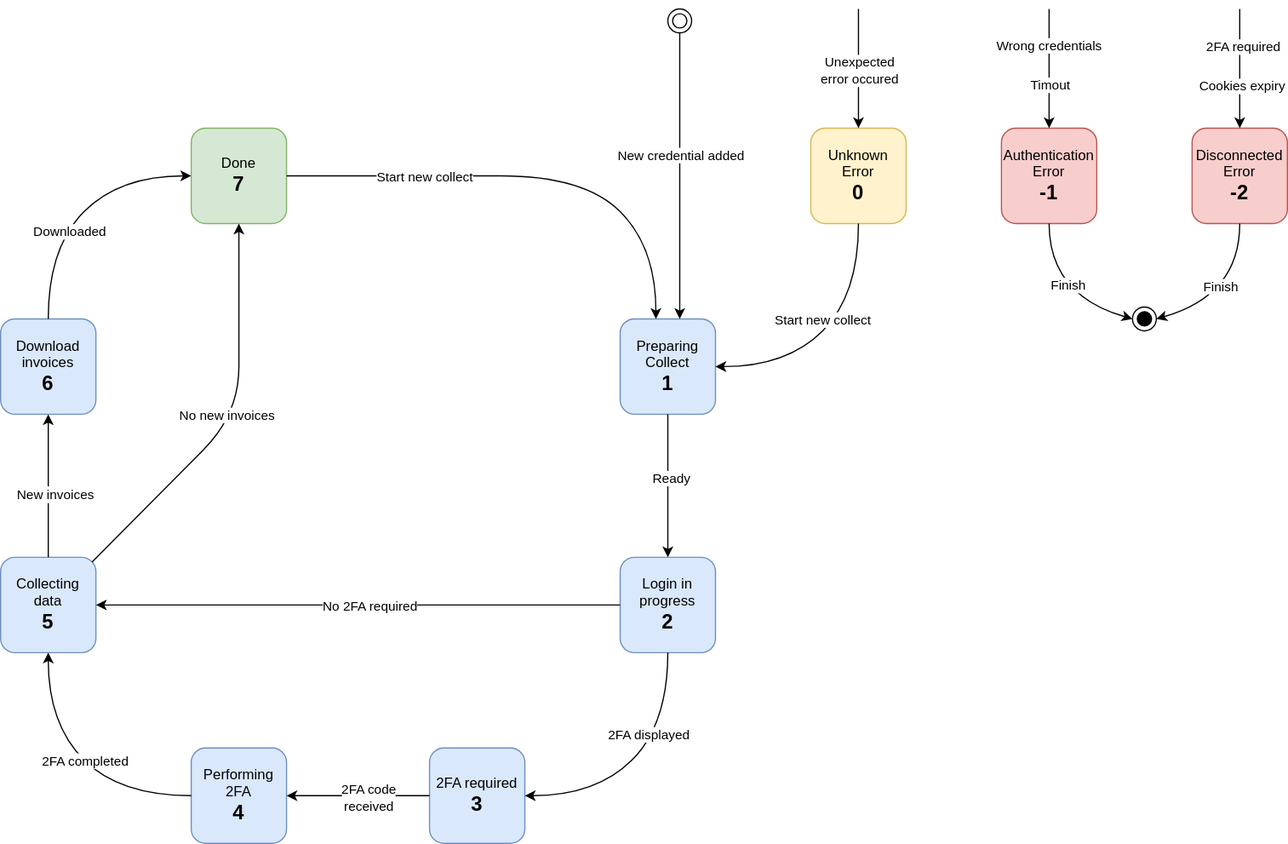
Above: docs/sequence_diagram/state_diagram.svg in invoice-collector/website (draw.io), before the change. Source tidied: cells renumbered, new cells last; positions are measured from the earlier drawing's top-left corner, leaving out a move shared by most shapes.
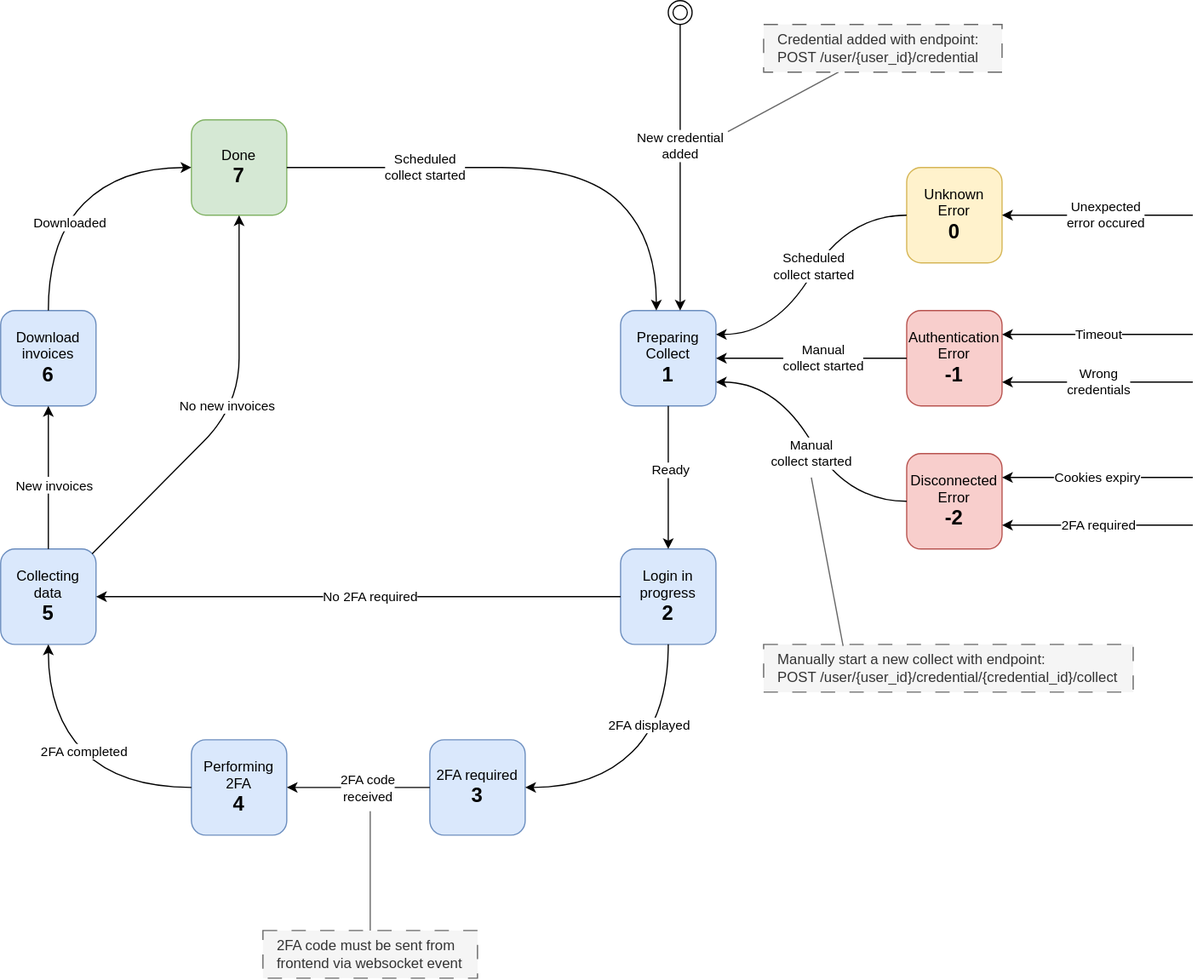
The same file after the commit.

Commit message:
Update state diagram

What changed in the source:
```diff
@@ -24,7 +24,7 @@
       <mxGeometry x="160" y="100" width="80" height="80" as="geometry" />
     </mxCell>
     <mxCell id="9" value="&lt;font style=&quot;&quot;&gt;&lt;font color=&quot;#000000&quot;&gt;Unknown&lt;br&gt;Error&lt;br&gt;&lt;/font&gt;&lt;span style=&quot;font-size: 17px;&quot;&gt;&lt;b&gt;0&lt;/b&gt;&lt;/span&gt;&lt;/font&gt;" style="rounded=1;whiteSpace=wrap;html=1;fillColor=#fff2cc;strokeColor=#d6b656;" parent="1" vertex="1">
-      <mxGeometry x="680" y="100" width="80" height="80" as="geometry" />
+      <mxGeometry x="760" y="140" width="80" height="80" as="geometry" />
     </mxCell>
     <mxCell id="10" style="curved=1;endArrow=classic;html=1;exitX=1;exitY=0.5;exitDx=0;exitDy=0;entryX=0.375;entryY=0;entryDx=0;entryDy=0;entryPerimeter=0;" parent="1" edge="1" source="8" target="2">
       <mxGeometry relative="1" as="geometry">
@@ -35,7 +35,7 @@
         </Array>
       </mxGeometry>
     </mxCell>
-    <mxCell id="11" value="&lt;span style=&quot;color: rgb(0, 0, 0);&quot;&gt;Start new collect&lt;/span&gt;" style="edgeLabel;html=1;align=center;verticalAlign=middle;" parent="10" vertex="1">
+    <mxCell id="11" value="&lt;span style=&quot;color: rgb(0, 0, 0);&quot;&gt;Scheduled&lt;/span&gt;&lt;div&gt;&lt;span style=&quot;color: rgb(0, 0, 0);&quot;&gt;collect started&lt;/span&gt;&lt;/div&gt;" style="edgeLabel;html=1;align=center;verticalAlign=middle;" parent="10" vertex="1">
       <mxGeometry x="0.13" y="-3" relative="1" as="geometry">
         <mxPoint x="-107" y="-3" as="offset" />
       </mxGeometry>
@@ -123,7 +123,7 @@
     <mxCell id="29" style="curved=0;endArrow=classic;html=1;exitX=0.5;exitY=1;exitDx=0;exitDy=0;rounded=1;entryX=0.625;entryY=0;entryDx=0;entryDy=0;entryPerimeter=0;" parent="1" edge="1" source="31" target="2">
       <mxGeometry relative="1" as="geometry" />
     </mxCell>
-    <mxCell id="30" value="&lt;span style=&quot;color: rgb(0, 0, 0);&quot;&gt;New credential added&lt;/span&gt;" style="edgeLabel;html=1;align=center;verticalAlign=middle;" parent="29" vertex="1">
+    <mxCell id="30" value="&lt;span style=&quot;color: rgb(0, 0, 0);&quot;&gt;New credential&lt;/span&gt;&lt;div&gt;&lt;span style=&quot;color: rgb(0, 0, 0);&quot;&gt;added&lt;/span&gt;&lt;/div&gt;" style="edgeLabel;html=1;align=center;verticalAlign=middle;" parent="29" vertex="1">
       <mxGeometry x="-0.12" y="-3" relative="1" as="geometry">
         <mxPoint x="3" y="-3" as="offset" />
       </mxGeometry>
@@ -131,90 +131,119 @@
     <mxCell id="31" style="ellipse;shape=doubleEllipse;html=1;dashed=0;whiteSpace=wrap;" parent="1" vertex="1">
       <mxGeometry x="560" width="20" height="20" as="geometry" />
     </mxCell>
-    <mxCell id="32" style="ellipse;html=1;shape=endState;fillColor=strokeColor;" parent="1" vertex="1">
-      <mxGeometry x="950" y="250" width="20" height="20" as="geometry" />
-    </mxCell>
     <mxCell id="33" value="Authentication Error&lt;br&gt;&lt;div&gt;&lt;font style=&quot;font-size: 17px;&quot;&gt;&lt;b&gt;-1&lt;/b&gt;&lt;/font&gt;&lt;/div&gt;" style="rounded=1;whiteSpace=wrap;html=1;fillColor=#f8cecc;strokeColor=#b85450;" parent="1" vertex="1">
-      <mxGeometry x="840" y="100" width="80" height="80" as="geometry" />
+      <mxGeometry x="760" y="260" width="80" height="80" as="geometry" />
     </mxCell>
     <mxCell id="34" value="Disconnected Error&lt;div&gt;&lt;div&gt;&lt;font style=&quot;font-size: 17px; color: rgb(0, 0, 0);&quot;&gt;&lt;b&gt;-2&lt;/b&gt;&lt;/font&gt;&lt;/div&gt;&lt;/div&gt;" style="rounded=1;whiteSpace=wrap;html=1;fillColor=#f8cecc;strokeColor=#b85450;" parent="1" vertex="1">
-      <mxGeometry x="1000" y="100" width="80" height="80" as="geometry" />
+      <mxGeometry x="760" y="380" width="80" height="80" as="geometry" />
     </mxCell>
-    <mxCell id="35" style="endArrow=classic;html=1;" parent="1" edge="1" target="33">
+    <mxCell id="35" style="endArrow=classic;html=1;rounded=0;curved=1;entryX=1;entryY=0.25;entryDx=0;entryDy=0;" parent="1" edge="1" target="33">
       <mxGeometry relative="1" as="geometry">
-        <mxPoint x="880" as="sourcePoint" />
+        <mxPoint x="1000" y="280" as="sourcePoint" />
       </mxGeometry>
     </mxCell>
-    <mxCell id="36" value="Wrong credentials" style="edgeLabel;html=1;align=center;verticalAlign=middle;" parent="35" vertex="1">
-      <mxGeometry x="-0.07" y="-1" relative="1" as="geometry">
-        <mxPoint y="-16" as="offset" />
-      </mxGeometry>
-    </mxCell>
-    <mxCell id="37" value="Timout" style="edgeLabel;html=1;align=center;verticalAlign=middle;" parent="35" vertex="1">
+    <mxCell id="37" value="Timeout" style="edgeLabel;html=1;align=center;verticalAlign=middle;" parent="35" vertex="1">
       <mxGeometry x="0.59" relative="1" as="geometry">
-        <mxPoint y="-15" as="offset" />
+        <mxPoint x="47" as="offset" />
       </mxGeometry>
     </mxCell>
-    <mxCell id="38" style="endArrow=classic;html=1;entryX=0.5;entryY=0;entryDx=0;entryDy=0;" parent="1" edge="1" target="34">
+    <mxCell id="38" style="endArrow=classic;html=1;entryX=1;entryY=0.25;entryDx=0;entryDy=0;" parent="1" edge="1" target="34">
       <mxGeometry relative="1" as="geometry">
-        <mxPoint x="1040" as="sourcePoint" />
+        <mxPoint x="1000" y="400" as="sourcePoint" />
       </mxGeometry>
     </mxCell>
-    <mxCell id="39" value="2FA required" style="edgeLabel;html=1;align=center;verticalAlign=middle;" parent="38" vertex="1">
-      <mxGeometry x="-0.1" y="2" relative="1" as="geometry">
-        <mxPoint y="-14" as="offset" />
-      </mxGeometry>
-    </mxCell>
     <mxCell id="40" value="Cookies expiry" style="edgeLabel;html=1;align=center;verticalAlign=middle;" parent="38" vertex="1">
       <mxGeometry x="0.56" relative="1" as="geometry">
-        <mxPoint x="1" y="-13" as="offset" />
+        <mxPoint x="44" as="offset" />
       </mxGeometry>
     </mxCell>
-    <mxCell id="41" style="curved=1;endArrow=classic;html=1;entryX=0;entryY=0.5;entryDx=0;entryDy=0;exitX=0.5;exitY=1;exitDx=0;exitDy=0;" parent="1" edge="1" source="33" target="32">
-      <mxGeometry relative="1" as="geometry">
-        <Array as="points">
-          <mxPoint x="880" y="240" />
-        </Array>
-      </mxGeometry>
-    </mxCell>
-    <mxCell id="42" value="Finish" style="edgeLabel;html=1;align=center;verticalAlign=middle;" parent="41" vertex="1">
-      <mxGeometry x="0.09" y="13" relative="1" as="geometry">
-        <mxPoint y="1" as="offset" />
-      </mxGeometry>
-    </mxCell>
-    <mxCell id="43" style="curved=1;endArrow=classic;html=1;entryX=1;entryY=0.5;entryDx=0;entryDy=0;exitX=0.5;exitY=1;exitDx=0;exitDy=0;" parent="1" edge="1" source="34" target="32">
-      <mxGeometry relative="1" as="geometry">
-        <Array as="points">
-          <mxPoint x="1040" y="240" />
-        </Array>
-      </mxGeometry>
-    </mxCell>
-    <mxCell id="44" value="Finish" style="edgeLabel;html=1;align=center;verticalAlign=middle;" parent="43" vertex="1">
-      <mxGeometry x="0.12" y="-12" relative="1" as="geometry" />
-    </mxCell>
-    <mxCell id="45" style="curved=1;endArrow=classic;html=1;entryX=1;entryY=0.5;entryDx=0;entryDy=0;" parent="1" edge="1" target="2">
+    <mxCell id="45" style="curved=1;endArrow=classic;html=1;entryX=1;entryY=0.25;entryDx=0;entryDy=0;exitX=0;exitY=0.5;exitDx=0;exitDy=0;" parent="1" edge="1" source="9" target="2">
       <mxGeometry relative="1" as="geometry">
-        <mxPoint x="720" y="180" as="sourcePoint" />
         <Array as="points">
-          <mxPoint x="720" y="240" />
-          <mxPoint x="660" y="300" />
+          <mxPoint x="710" y="180" />
+          <mxPoint x="650" y="280" />
         </Array>
       </mxGeometry>
     </mxCell>
-    <mxCell id="46" value="&lt;span style=&quot;color: rgb(0, 0, 0);&quot;&gt;Start new collect&lt;/span&gt;" style="edgeLabel;html=1;align=center;verticalAlign=middle;" parent="45" vertex="1">
+    <mxCell id="46" value="&lt;span style=&quot;scrollbar-color: rgb(226, 226, 226) rgb(251, 251, 251); color: rgb(0, 0, 0);&quot;&gt;Scheduled&lt;/span&gt;&lt;div style=&quot;color: rgb(63, 63, 63); scrollbar-color: rgb(226, 226, 226) rgb(251, 251, 251);&quot;&gt;&lt;span style=&quot;scrollbar-color: rgb(226, 226, 226) rgb(251, 251, 251); color: rgb(0, 0, 0);&quot;&gt;collect started&lt;/span&gt;&lt;/div&gt;" style="edgeLabel;html=1;align=center;verticalAlign=middle;" parent="45" vertex="1">
       <mxGeometry x="0.13" y="-3" relative="1" as="geometry">
         <mxPoint x="11" y="-17" as="offset" />
       </mxGeometry>
     </mxCell>
-    <mxCell id="47" style="endArrow=classic;html=1;entryX=0.5;entryY=0;entryDx=0;entryDy=0;" parent="1" edge="1" target="9">
+    <mxCell id="47" style="endArrow=classic;html=1;" parent="1" edge="1" target="9">
       <mxGeometry relative="1" as="geometry">
-        <mxPoint x="720" as="sourcePoint" />
+        <mxPoint x="1000" y="180" as="sourcePoint" />
       </mxGeometry>
     </mxCell>
-    <mxCell id="48" value="Unexpected&lt;div&gt;error occured&lt;/div&gt;" style="edgeLabel;html=1;align=center;verticalAlign=middle;" parent="47" vertex="1">
+    <mxCell id="48" value="Unexpected&lt;br&gt;error occured" style="edgeLabel;html=1;align=center;verticalAlign=middle;" parent="47" vertex="1">
       <mxGeometry x="-0.07" y="-1" relative="1" as="geometry">
-        <mxPoint x="1" y="5" as="offset" />
+        <mxPoint x="1" y="1" as="offset" />
       </mxGeometry>
     </mxCell>
+    <mxCell id="49" style="endArrow=classic;html=1;rounded=0;curved=1;entryX=1;entryY=0.75;entryDx=0;entryDy=0;" parent="1" edge="1" target="33">
+      <mxGeometry relative="1" as="geometry">
+        <mxPoint x="1000" y="320" as="sourcePoint" />
+      </mxGeometry>
+    </mxCell>
+    <mxCell id="36" value="&lt;span style=&quot;color: rgb(0, 0, 0);&quot;&gt;Wrong&lt;/span&gt;&lt;div&gt;&lt;span style=&quot;color: rgb(0, 0, 0);&quot;&gt;credentials&lt;/span&gt;&lt;/div&gt;" style="edgeLabel;html=1;align=center;verticalAlign=middle;" parent="49" vertex="1">
+      <mxGeometry x="0.59" relative="1" as="geometry">
+        <mxPoint x="47" as="offset" />
+      </mxGeometry>
+    </mxCell>
+    <mxCell id="50" style="endArrow=classic;html=1;entryX=1;entryY=0.75;entryDx=0;entryDy=0;" parent="1" edge="1" target="34">
+      <mxGeometry relative="1" as="geometry">
+        <mxPoint x="1000" y="440" as="sourcePoint" />
+      </mxGeometry>
+    </mxCell>
+    <mxCell id="39" value="&lt;span style=&quot;color: rgb(0, 0, 0);&quot;&gt;2FA required&lt;/span&gt;" style="edgeLabel;html=1;align=center;verticalAlign=middle;" parent="50" vertex="1">
+      <mxGeometry x="0.56" relative="1" as="geometry">
+        <mxPoint x="45" as="offset" />
+      </mxGeometry>
+    </mxCell>
+    <mxCell id="51" style="curved=1;endArrow=classic;html=1;entryX=1;entryY=0.75;entryDx=0;entryDy=0;exitX=0;exitY=0.5;exitDx=0;exitDy=0;" parent="1" edge="1" source="34" target="2">
+      <mxGeometry relative="1" as="geometry">
+        <Array as="points">
+          <mxPoint x="710" y="420" />
+          <mxPoint x="650" y="320" />
+        </Array>
+      </mxGeometry>
+    </mxCell>
+    <mxCell id="52" value="&lt;span style=&quot;scrollbar-color: rgb(226, 226, 226) rgb(251, 251, 251); color: rgb(0, 0, 0);&quot;&gt;Manual&lt;/span&gt;&lt;div style=&quot;color: rgb(63, 63, 63); scrollbar-color: rgb(226, 226, 226) rgb(251, 251, 251);&quot;&gt;&lt;span style=&quot;scrollbar-color: rgb(226, 226, 226) rgb(251, 251, 251); color: rgb(0, 0, 0);&quot;&gt;collect started&lt;/span&gt;&lt;/div&gt;" style="edgeLabel;html=1;align=center;verticalAlign=middle;" parent="51" vertex="1">
+      <mxGeometry x="0.13" y="-3" relative="1" as="geometry">
+        <mxPoint x="4" y="23" as="offset" />
+      </mxGeometry>
+    </mxCell>
+    <mxCell id="53" style="curved=1;endArrow=classic;html=1;entryX=1;entryY=0.5;entryDx=0;entryDy=0;exitX=0;exitY=0.5;exitDx=0;exitDy=0;" parent="1" edge="1" source="33" target="2">
+      <mxGeometry relative="1" as="geometry" />
+    </mxCell>
+    <mxCell id="54" value="&lt;span style=&quot;scrollbar-color: rgb(226, 226, 226) rgb(251, 251, 251); color: rgb(0, 0, 0);&quot;&gt;Manual&lt;/span&gt;&lt;div style=&quot;color: rgb(63, 63, 63); scrollbar-color: rgb(226, 226, 226) rgb(251, 251, 251);&quot;&gt;&lt;span style=&quot;scrollbar-color: rgb(226, 226, 226) rgb(251, 251, 251); color: rgb(0, 0, 0);&quot;&gt;collect started&lt;/span&gt;&lt;/div&gt;" style="edgeLabel;html=1;align=center;verticalAlign=middle;" parent="53" vertex="1">
+      <mxGeometry x="0.13" y="-3" relative="1" as="geometry">
+        <mxPoint x="20" y="3" as="offset" />
+      </mxGeometry>
+    </mxCell>
+    <mxCell id="55" style="edgeStyle=none;html=1;endArrow=none;endFill=0;strokeColor=#666666;" parent="1" edge="1" source="56">
+      <mxGeometry relative="1" as="geometry">
+        <mxPoint x="610" y="110" as="targetPoint" />
+      </mxGeometry>
+    </mxCell>
+    <mxCell id="56" value="&lt;div&gt;Credential added with endpoint:&lt;/div&gt;POST /user/{user_id}/credential" style="whiteSpace=wrap;html=1;fillColor=#f5f5f5;fontColor=#333333;strokeColor=#666666;dashed=1;dashPattern=12 12;align=left;spacingLeft=10;" parent="1" vertex="1">
+      <mxGeometry x="640" y="20" width="200" height="40" as="geometry" />
+    </mxCell>
+    <mxCell id="57" value="&lt;div&gt;Manually start a new collect with endpoint:&lt;/div&gt;POST /user/{user_id}/credential/{credential_id}/collect" style="whiteSpace=wrap;html=1;fillColor=#f5f5f5;fontColor=#333333;strokeColor=#666666;dashed=1;dashPattern=12 12;align=left;spacingLeft=10;" parent="1" vertex="1">
+      <mxGeometry x="640" y="540" width="310" height="40" as="geometry" />
+    </mxCell>
+    <mxCell id="58" style="edgeStyle=none;html=1;endArrow=none;endFill=0;strokeColor=#666666;exitX=0.215;exitY=0.03;exitDx=0;exitDy=0;exitPerimeter=0;" parent="1" edge="1" source="57">
+      <mxGeometry relative="1" as="geometry">
+        <mxPoint x="680" y="400" as="targetPoint" />
+      </mxGeometry>
+    </mxCell>
+    <mxCell id="59" value="&lt;div&gt;&lt;span style=&quot;background-color: transparent;&quot;&gt;2FA code must be sent from frontend via websocket event&lt;/span&gt;&lt;/div&gt;" style="whiteSpace=wrap;html=1;fillColor=#f5f5f5;fontColor=#333333;strokeColor=#666666;dashed=1;dashPattern=12 12;align=left;spacingLeft=10;" parent="1" vertex="1">
+      <mxGeometry x="220" y="780" width="180" height="40" as="geometry" />
+    </mxCell>
+    <mxCell id="60" style="edgeStyle=none;html=1;endArrow=none;endFill=0;strokeColor=#666666;" parent="1" edge="1" source="59">
+      <mxGeometry relative="1" as="geometry">
+        <mxPoint x="310" y="680" as="targetPoint" />
+      </mxGeometry>
+    </mxCell>
   </root>
 </mxGraphModel>
```
